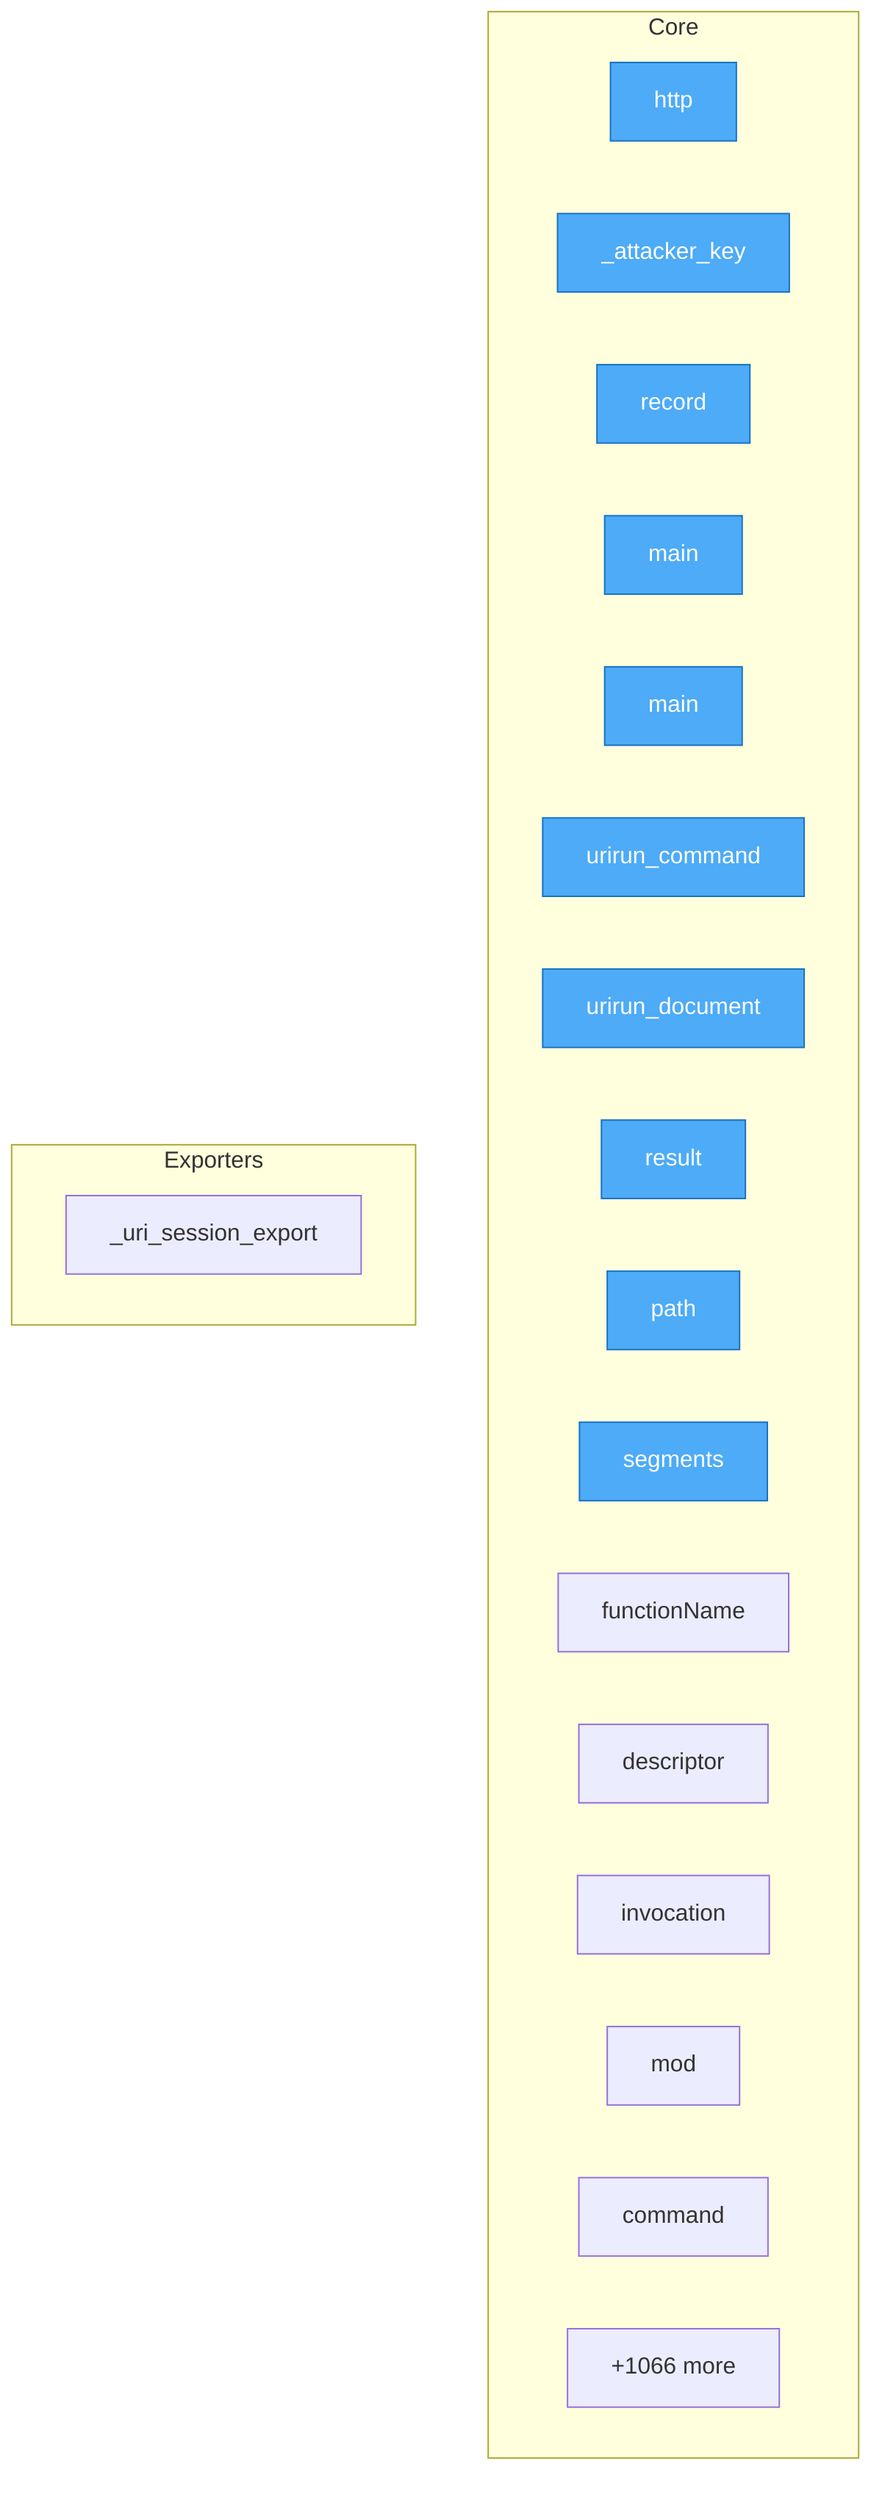
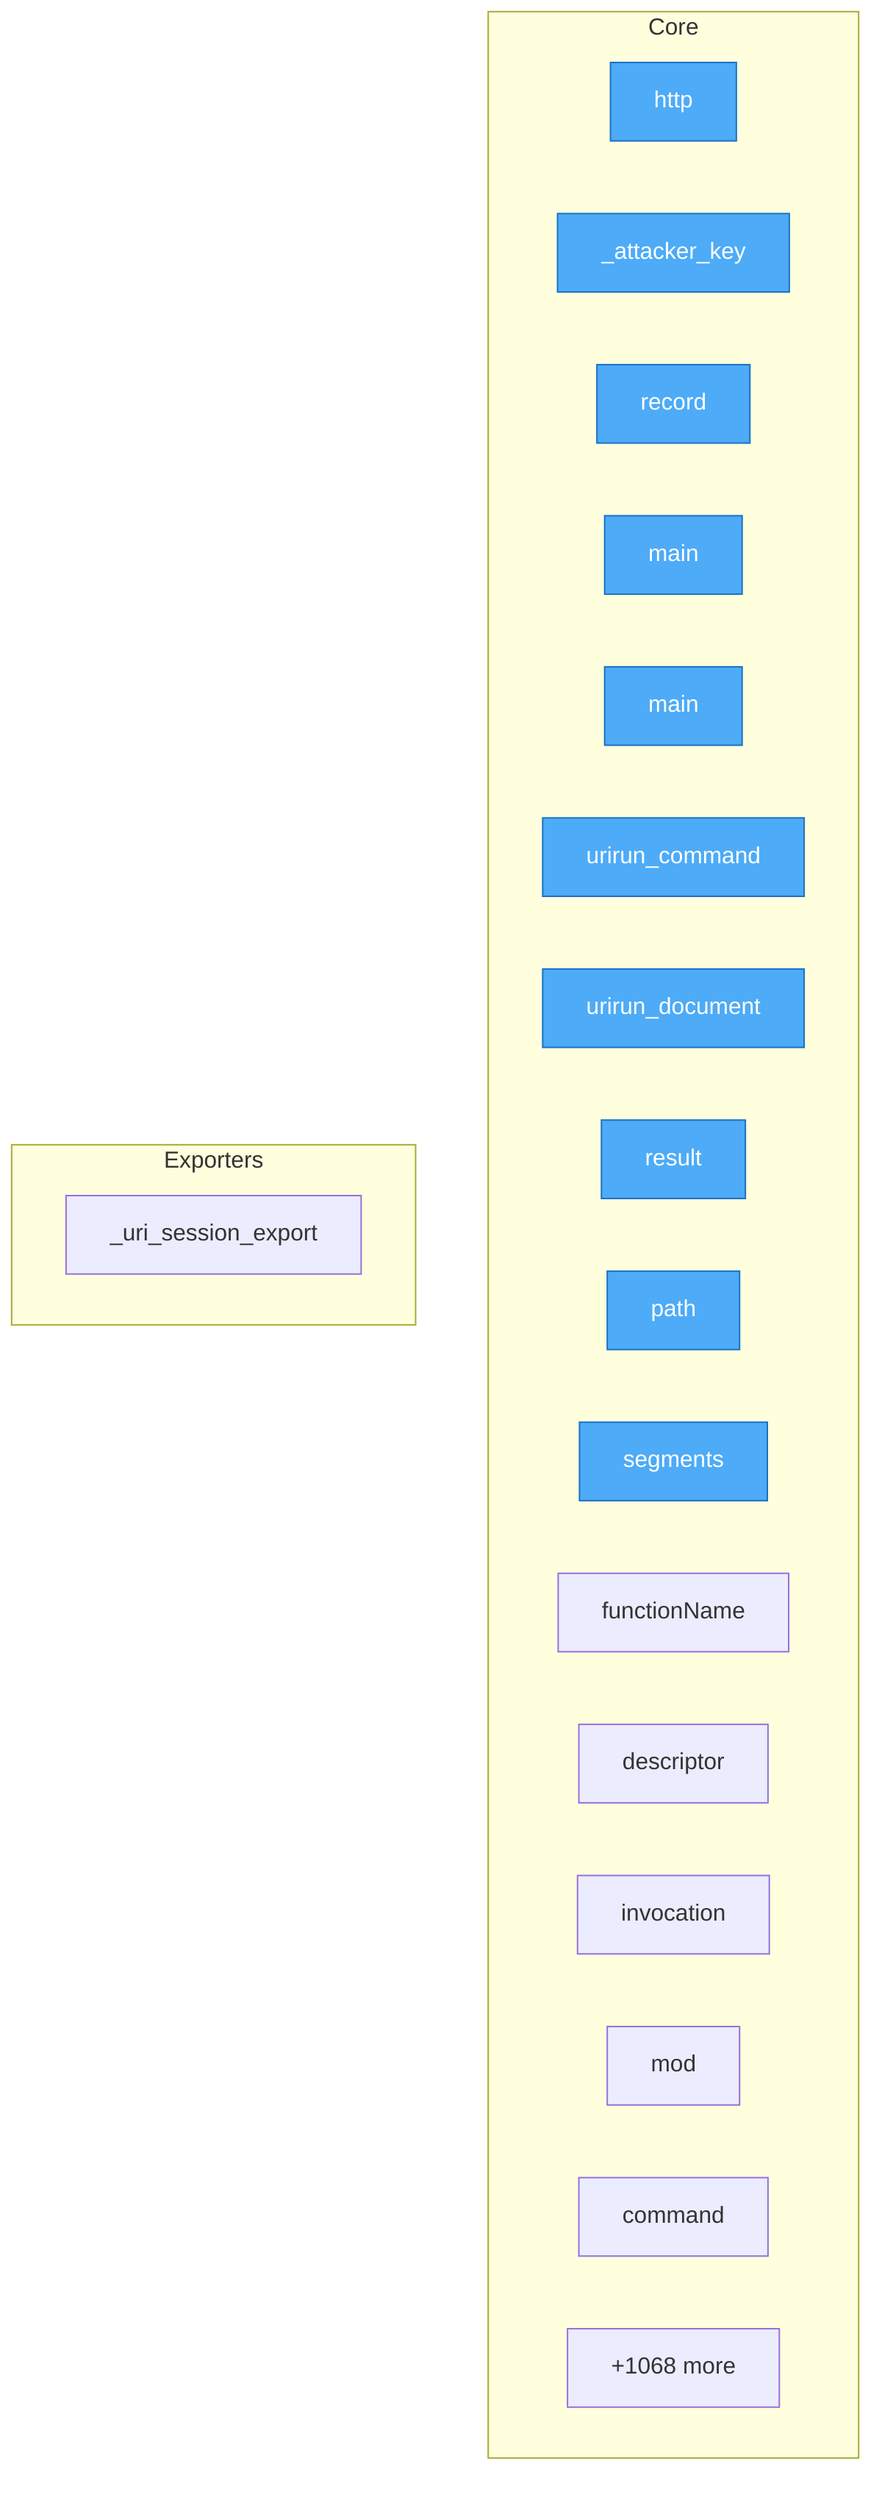
flowchart TD
- %% generated in 0.07s
+ %% generated in 0.16s

    %% Entry points (blue)
    classDef entry fill:#4dabf7,stroke:#1971c2,color:#fff

    subgraph Core
        security__mesh_probe__probe__http["http"]
        security__mesh_probe__probe___attacker_key["_attacker_key"]
        security__mesh_probe__probe__record["record"]
        adapters__conformance__main["main"]
        adapters__new_connector__main["main"]
        adapters__bash__urirun__urirun_command["urirun_command"]
        adapters__bash__urirun__urirun_document["urirun_document"]
        adapters__js__index__test__result["result"]
        adapters__js__path["path"]
        adapters__js__segments["segments"]
        adapters__js__functionName["functionName"]
        adapters__js__descriptor["descriptor"]
        adapters__js__invocation["invocation"]
        adapters__js__mod["mod"]
        adapters__java__Urirun__Urirun__command["command"]
-         ...["+1066 more"]
+         ...["+1068 more"]
    end

    subgraph Exporters
        adapters__python__urirun__node__skill___uri_session_export["_uri_session_export"]
    end

    class security__mesh_probe__probe__http,security__mesh_probe__probe___attacker_key,security__mesh_probe__probe__record,adapters__conformance__main,adapters__new_connector__main,adapters__bash__urirun__urirun_command,adapters__bash__urirun__urirun_document,adapters__js__index__test__result,adapters__js__path,adapters__js__segments entry
